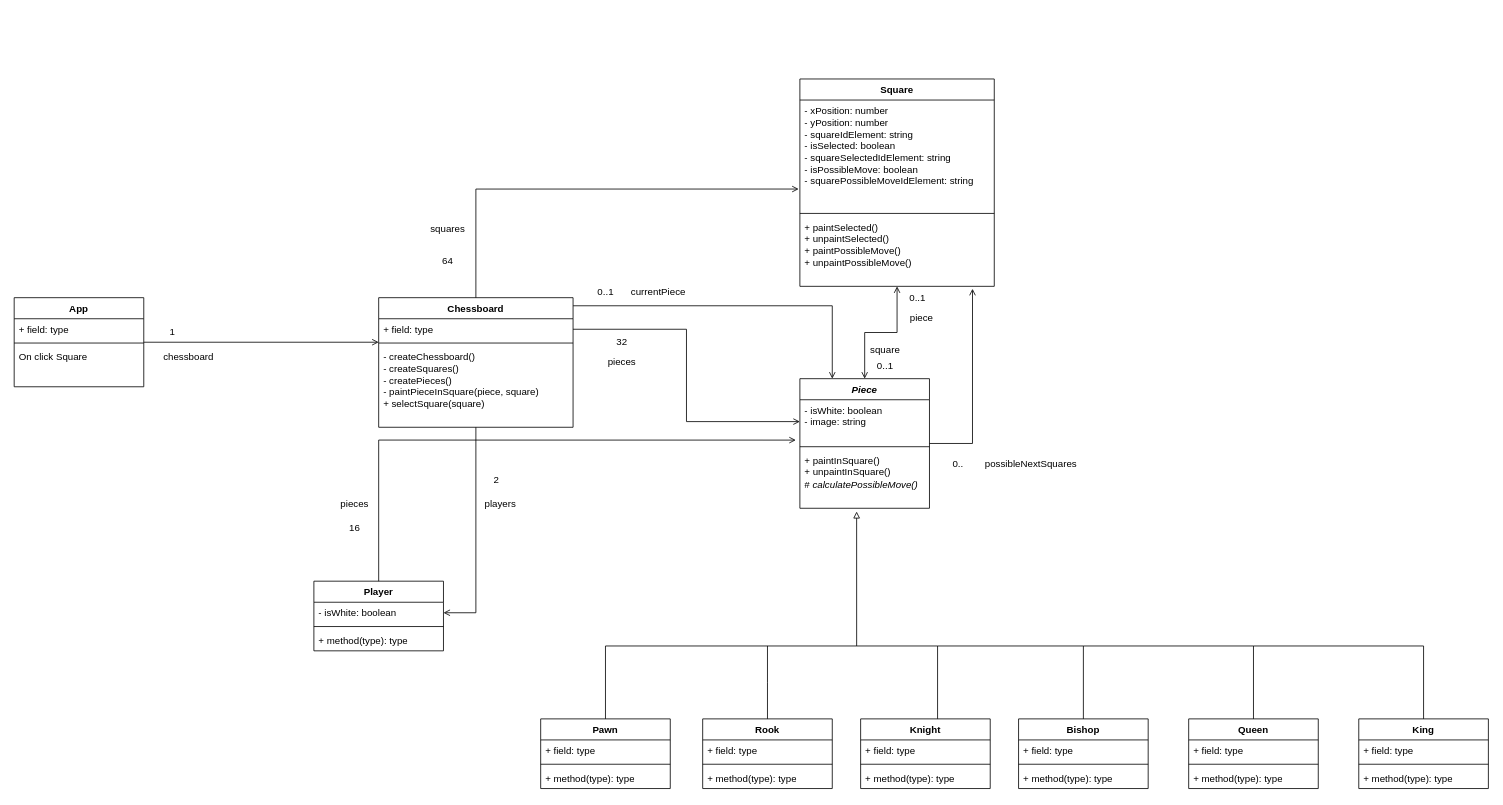
Before: docs/class-diagram.drawio in AitorMelero/chess-game, a draw.io diagram. Source tidied: cells renumbered, new cells numbered last; positions are measured from the earlier drawing's top-left corner, leaving out a move shared by most shapes. Both pictures are drawn from the tidied source at 81%, with x=0, y=0 at pixel (14, 79).
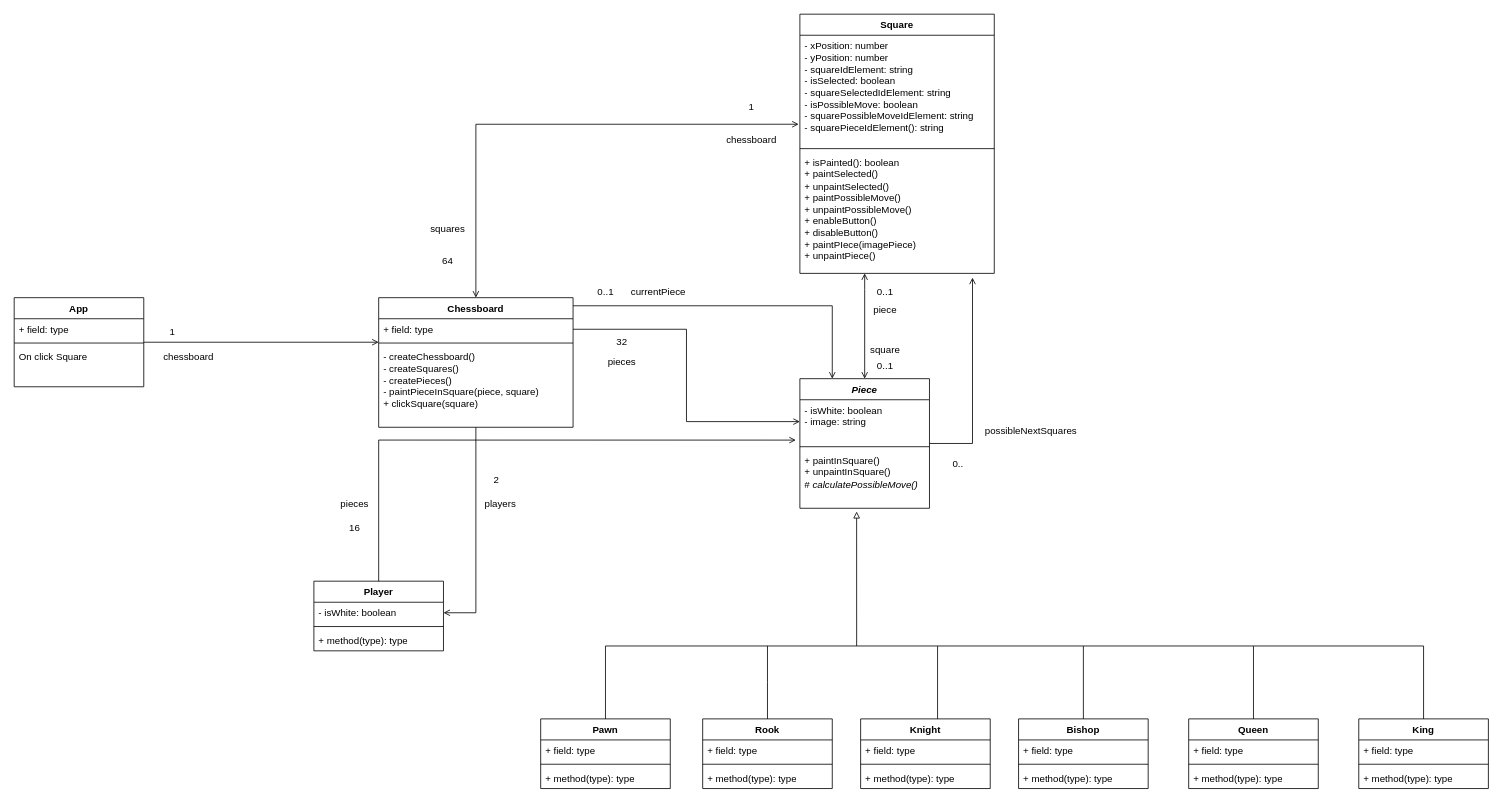
The same diagram, later.

Commit message (it also covers changes not shown here):
Doc: Avanzar en el diagrama de clases

The change refers to these unchanged cells:
```xml
<mxCell id="4" value="Chessboard" style="swimlane;fontStyle=1;align=center;verticalAlign=top;horizontal=1;startSize=26;whiteSpace=wrap;html=1;" parent="1" vertex="1">
  <mxGeometry x="450" y="270" width="240" height="160" as="geometry" />
</mxCell>
<mxCell id="15" value="&lt;i&gt;Piece&lt;/i&gt;" style="swimlane;fontStyle=1;align=center;verticalAlign=top;horizontal=1;startSize=26;whiteSpace=wrap;html=1;" parent="1" vertex="1">
  <mxGeometry x="970" y="370" width="160" height="160" as="geometry" />
</mxCell>
```

What changed in the source:
```diff
@@
-    <mxCell id="7" value="- createChessboard()&lt;br&gt;- createSquares()&lt;br&gt;- createPieces()&lt;br&gt;- paintPieceInSquare(piece, square)&lt;br&gt;+ selectSquare(square)" style="text;strokeColor=none;fillColor=none;align=left;verticalAlign=top;spacingLeft=4;spacingRight=4;overflow=hidden;whiteSpace=wrap;html=1;" parent="4" vertex="1">
+    <mxCell id="7" value="- createChessboard()&lt;br&gt;- createSquares()&lt;br&gt;- createPieces()&lt;br&gt;- paintPieceInSquare(piece, square)&lt;br&gt;+ clickSquare(square)" style="text;strokeColor=none;fillColor=none;align=left;verticalAlign=top;spacingLeft=4;spacingRight=4;overflow=hidden;whiteSpace=wrap;html=1;" parent="4" vertex="1">
       <mxGeometry y="60" width="240" height="100" as="geometry" />
     </mxCell>
     <mxCell id="8" style="edgeStyle=orthogonalEdgeStyle;rounded=0;jettySize=auto;html=1;entryX=0.5;entryY=0;entryDx=0;entryDy=0;endArrow=open;endFill=0;startArrow=open;startFill=0;" parent="1" edge="1" source="9" target="15">
-      <mxGeometry relative="1" as="geometry" />
+      <mxGeometry relative="1" as="geometry">
+        <Array as="points">
+          <mxPoint x="1050" y="260" />
+          <mxPoint x="1050" y="260" />
+        </Array>
+      </mxGeometry>
     </mxCell>
     <mxCell id="9" value="Square" style="swimlane;fontStyle=1;align=center;verticalAlign=top;horizontal=1;startSize=26;whiteSpace=wrap;html=1;" parent="1" vertex="1">
-      <mxGeometry x="970" width="240" height="256" as="geometry" />
+      <mxGeometry x="970" y="-80" width="240" height="320" as="geometry" />
     </mxCell>
-    <mxCell id="10" value="- xPosition: number&lt;br&gt;- yPosition: number&lt;br&gt;- squareIdElement: string&lt;br&gt;- isSelected: boolean&lt;br&gt;- squareSelectedIdElement: string&lt;br&gt;- isPossibleMove: boolean&lt;br&gt;- squarePossibleMoveIdElement: string" style="text;strokeColor=none;fillColor=none;align=left;verticalAlign=top;spacingLeft=4;spacingRight=4;overflow=hidden;points=[[0,0.5],[1,0.5]];portConstraint=eastwest;whiteSpace=wrap;html=1;" parent="9" vertex="1">
+    <mxCell id="10" value="- xPosition: number&lt;br&gt;- yPosition: number&lt;br&gt;- squareIdElement: string&lt;br&gt;- isSelected: boolean&lt;br&gt;- squareSelectedIdElement: string&lt;br&gt;- isPossibleMove: boolean&lt;br&gt;- squarePossibleMoveIdElement: string&lt;br&gt;- squarePieceIdElement(): string" style="text;strokeColor=none;fillColor=none;align=left;verticalAlign=top;spacingLeft=4;spacingRight=4;overflow=hidden;points=[[0,0.5],[1,0.5]];portConstraint=eastwest;whiteSpace=wrap;html=1;" parent="9" vertex="1">
       <mxGeometry y="26" width="240" height="136" as="geometry" />
     </mxCell>
@@
-    <mxCell id="12" value="+ paintSelected()&lt;br&gt;+ unpaintSelected()&lt;br&gt;+ paintPossibleMove()&lt;br&gt;+ unpaintPossibleMove()" style="text;strokeColor=none;fillColor=none;align=left;verticalAlign=top;spacingLeft=4;spacingRight=4;overflow=hidden;points=[[0,0.5],[1,0.5]];portConstraint=eastwest;whiteSpace=wrap;html=1;" parent="9" vertex="1">
-      <mxGeometry y="170" width="240" height="86" as="geometry" />
+    <mxCell id="12" value="+ isPainted(): boolean&lt;br&gt;+ paintSelected()&lt;br&gt;+ unpaintSelected()&lt;br&gt;+ paintPossibleMove()&lt;br&gt;+ unpaintPossibleMove()&lt;br&gt;+ enableButton()&lt;br&gt;+ disableButton()&lt;br&gt;+ paintPIece(imagePiece)&lt;br&gt;+ unpaintPiece()" style="text;strokeColor=none;fillColor=none;align=left;verticalAlign=top;spacingLeft=4;spacingRight=4;overflow=hidden;points=[[0,0.5],[1,0.5]];portConstraint=eastwest;whiteSpace=wrap;html=1;" parent="9" vertex="1">
+      <mxGeometry y="170" width="240" height="150" as="geometry" />
     </mxCell>
-    <mxCell id="13" style="edgeStyle=orthogonalEdgeStyle;rounded=0;jettySize=auto;html=1;entryX=-0.006;entryY=0.808;entryDx=0;entryDy=0;entryPerimeter=0;endArrow=open;endFill=0;" parent="1" edge="1" source="4" target="10">
+    <mxCell id="13" style="edgeStyle=orthogonalEdgeStyle;rounded=0;jettySize=auto;html=1;entryX=-0.006;entryY=0.808;entryDx=0;entryDy=0;entryPerimeter=0;endArrow=open;endFill=0;startArrow=open;startFill=0;" parent="1" edge="1" source="4" target="10">
       <mxGeometry relative="1" as="geometry" />
     </mxCell>
@@
     <mxCell id="28" value="0..1" style="text;html=1;align=center;verticalAlign=middle;strokeColor=none;fillColor=none;" parent="1" vertex="1">
-      <mxGeometry x="1095" y="256" width="40" height="30" as="geometry" />
+      <mxGeometry x="1055" y="248" width="40" height="30" as="geometry" />
     </mxCell>
@@
     <mxCell id="48" value="piece" style="text;html=1;align=center;verticalAlign=middle;strokeColor=none;fillColor=none;" parent="1" vertex="1">
-      <mxGeometry x="1095" y="280" width="50" height="30" as="geometry" />
+      <mxGeometry x="1050" y="270" width="50" height="30" as="geometry" />
     </mxCell>
@@
     <mxCell id="51" value="possibleNextSquares" style="text;html=1;align=center;verticalAlign=middle;strokeColor=none;fillColor=none;" parent="1" vertex="1">
-      <mxGeometry x="1185" y="460" width="140" height="30" as="geometry" />
+      <mxGeometry x="1185" y="420" width="140" height="30" as="geometry" />
     </mxCell>
@@
+    <mxCell id="78" value="1" style="text;html=1;align=center;verticalAlign=middle;strokeColor=none;fillColor=none;" parent="1" vertex="1">
+      <mxGeometry x="895" y="20" width="30" height="30" as="geometry" />
+    </mxCell>
+    <mxCell id="79" value="chessboard" style="text;html=1;align=center;verticalAlign=middle;strokeColor=none;fillColor=none;" parent="1" vertex="1">
+      <mxGeometry x="865" y="60" width="90" height="30" as="geometry" />
+    </mxCell>
```
